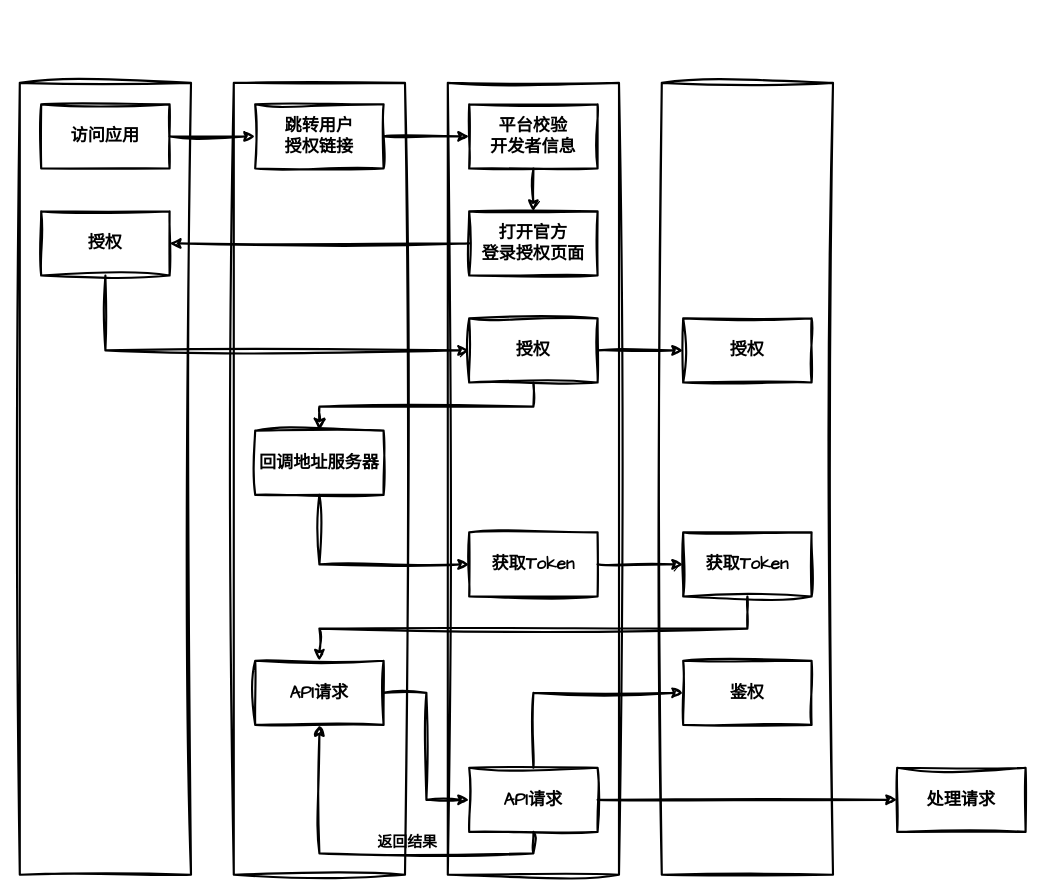
zhuanzhuan-tech/arch-draw-io keeps this draw.io diagram as tech/proposal/oauth.drawio. Above is the earlier version. Source tidied: cells renumbered, new cells numbered last; positions are measured from the earlier drawing's top-left corner, leaving out a move shared by most shapes. Both pictures are drawn from the tidied source at 107%, with x=0, y=0 at pixel (19, 82).
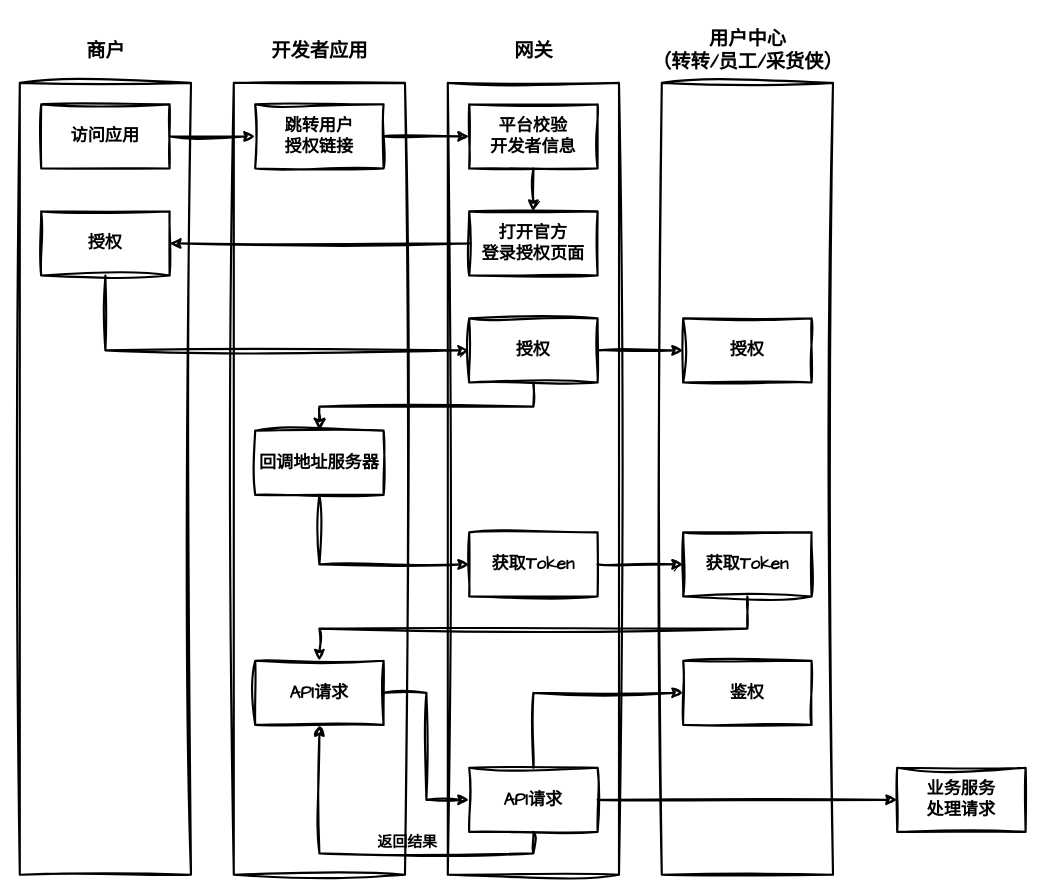
Above is the later version.

Diff of the diagram source:
```diff
@@
-    <mxCell id="31" value="&lt;span style=&quot;font-size: 16px;&quot;&gt;&lt;b&gt;处理请求&lt;/b&gt;&lt;/span&gt;" style="rounded=0;whiteSpace=wrap;html=1;sketch=1;hachureGap=4;jiggle=2;curveFitting=1;fontFamily=Architects Daughter;strokeWidth=2;fillColor=none;" parent="1" vertex="1">
+    <mxCell id="31" value="&lt;span style=&quot;font-size: 16px;&quot;&gt;&lt;b&gt;业务服务&lt;/b&gt;&lt;/span&gt;&lt;div&gt;&lt;span style=&quot;font-size: 16px;&quot;&gt;&lt;b&gt;处理请求&lt;/b&gt;&lt;/span&gt;&lt;/div&gt;" style="rounded=0;whiteSpace=wrap;html=1;sketch=1;hachureGap=4;jiggle=2;curveFitting=1;fontFamily=Architects Daughter;strokeWidth=2;fillColor=none;" parent="1" vertex="1">
       <mxGeometry x="820" y="640" width="120" height="60" as="geometry" />
     </mxCell>
@@
+    <mxCell id="35" value="&lt;font style=&quot;font-size: 18px;&quot;&gt;&lt;b&gt;商户&lt;/b&gt;&lt;/font&gt;" style="text;html=1;align=center;verticalAlign=middle;strokeColor=none;fillColor=none;fontFamily=Architects Daughter;" parent="1" vertex="1">
+      <mxGeometry x="50" y="-50" width="60" height="40" as="geometry" />
+    </mxCell>
+    <mxCell id="36" value="&lt;font style=&quot;font-size: 18px;&quot;&gt;&lt;b&gt;开发者应用&lt;/b&gt;&lt;/font&gt;" style="text;html=1;align=center;verticalAlign=middle;strokeColor=none;fillColor=none;fontFamily=Architects Daughter;" parent="1" vertex="1">
+      <mxGeometry x="225" y="-50" width="110" height="40" as="geometry" />
+    </mxCell>
+    <mxCell id="37" value="&lt;font style=&quot;font-size: 18px;&quot;&gt;&lt;b&gt;网关&lt;/b&gt;&lt;/font&gt;" style="text;html=1;align=center;verticalAlign=middle;strokeColor=none;fillColor=none;fontFamily=Architects Daughter;" parent="1" vertex="1">
+      <mxGeometry x="450" y="-50" width="60" height="40" as="geometry" />
+    </mxCell>
+    <mxCell id="38" value="&lt;font style=&quot;font-size: 18px;&quot;&gt;&lt;b&gt;用户中心&lt;/b&gt;&lt;/font&gt;&lt;div&gt;&lt;font style=&quot;font-size: 18px;&quot;&gt;&lt;b&gt;（转转/员工/采货侠）&lt;/b&gt;&lt;/font&gt;&lt;/div&gt;" style="text;html=1;align=center;verticalAlign=middle;strokeColor=none;fillColor=none;fontFamily=Architects Daughter;" parent="1" vertex="1">
+      <mxGeometry x="580" y="-60" width="200" height="60" as="geometry" />
+    </mxCell>
```
